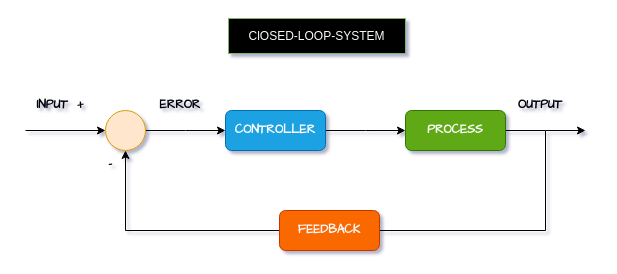
Above: 未命名绘图.drawio in KAZAMA-DREAM/picture (draw.io), before the change. Source tidied: cells renumbered, new cells numbered last; positions are measured from the earlier drawing's top-left corner, leaving out a move shared by most shapes. Both pictures are drawn from the tidied source at 100%, with x=0, y=0 at pixel (25, 18).
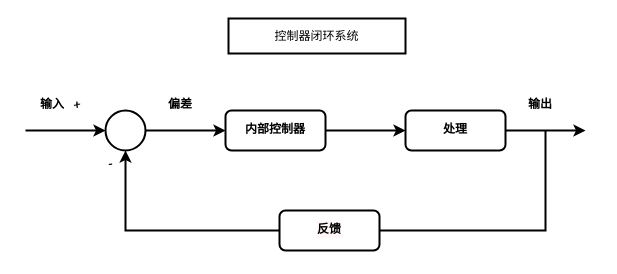
The same diagram, later.

Commit message:
更新未命名绘图.drawio

The edit, as a diff of the source:
```diff
@@
-<mxGraphModel shadow="1">
+<mxGraphModel>
@@
-    <mxCell id="2" value="&lt;font color=&quot;#fafafa&quot;&gt;ClOSED-LOOP-SYSTEM&lt;/font&gt;" style="rounded=0;whiteSpace=wrap;html=1;fillColor=#000000;strokeColor=#82b366;" parent="1" vertex="1">
+    <mxCell id="2" value="&lt;font color=&quot;#030303&quot;&gt;控制器闭环系统&lt;/font&gt;" style="rounded=0;whiteSpace=wrap;html=1;fillColor=none;strokeColor=#000000;strokeWidth=2;" parent="1" vertex="1">
       <mxGeometry x="203" width="177" height="35" as="geometry" />
     </mxCell>
-    <mxCell id="3" style="endArrow=classic;html=1;rounded=0;exitX=1;exitY=0.5;exitDx=0;exitDy=0;entryX=0;entryY=0.5;entryDx=0;entryDy=0;" parent="1" edge="1" target="6">
+    <mxCell id="3" style="endArrow=classic;html=1;rounded=0;exitX=1;exitY=0.5;exitDx=0;exitDy=0;entryX=0;entryY=0.5;entryDx=0;entryDy=0;strokeWidth=2;" parent="1" edge="1" target="6">
       <mxGeometry relative="1" as="geometry">
         <mxPoint y="112" as="sourcePoint" />
       </mxGeometry>
     </mxCell>
-    <mxCell id="4" value="INPUT&amp;nbsp; +" style="text;html=1;strokeColor=none;fillColor=none;align=center;verticalAlign=middle;whiteSpace=wrap;rounded=0;fontFamily=Comic Sans MS;fontStyle=1;" parent="1" vertex="1">
+    <mxCell id="4" value="输入&amp;nbsp; +" style="text;html=1;strokeColor=none;fillColor=none;align=center;verticalAlign=middle;whiteSpace=wrap;rounded=0;fontFamily=Comic Sans MS;fontStyle=1;" parent="1" vertex="1">
       <mxGeometry y="72" width="70" height="30" as="geometry" />
     </mxCell>
-    <mxCell id="5" style="edgeStyle=orthogonalEdgeStyle;rounded=0;jettySize=auto;html=1;exitX=1;exitY=0.5;exitDx=0;exitDy=0;fontFamily=Comic Sans MS;" parent="1" edge="1" source="6">
+    <mxCell id="5" style="edgeStyle=orthogonalEdgeStyle;rounded=0;jettySize=auto;html=1;exitX=1;exitY=0.5;exitDx=0;exitDy=0;fontFamily=Comic Sans MS;strokeWidth=2;" parent="1" edge="1" source="6">
       <mxGeometry relative="1" as="geometry">
         <mxPoint x="200" y="112" as="targetPoint" />
       </mxGeometry>
     </mxCell>
-    <mxCell id="6" style="ellipse;whiteSpace=wrap;html=1;fontFamily=Comic Sans MS;fillColor=#ffe6cc;strokeColor=#d79b00;" parent="1" vertex="1">
+    <mxCell id="6" style="ellipse;whiteSpace=wrap;html=1;fontFamily=Comic Sans MS;strokeWidth=2;" parent="1" vertex="1">
       <mxGeometry x="80" y="92" width="40" height="40" as="geometry" />
     </mxCell>
-    <mxCell id="7" value="ERROR" style="text;html=1;strokeColor=none;fillColor=none;align=center;verticalAlign=middle;whiteSpace=wrap;rounded=0;fontFamily=Comic Sans MS;fontStyle=1;" parent="1" vertex="1">
+    <mxCell id="7" value="偏差" style="text;html=1;strokeColor=none;fillColor=none;align=center;verticalAlign=middle;whiteSpace=wrap;rounded=0;fontFamily=Comic Sans MS;fontStyle=1;" parent="1" vertex="1">
       <mxGeometry x="120" y="72" width="70" height="30" as="geometry" />
     </mxCell>
-    <mxCell id="8" style="edgeStyle=orthogonalEdgeStyle;rounded=0;jettySize=auto;html=1;exitX=1;exitY=0.5;exitDx=0;exitDy=0;fontFamily=Comic Sans MS;" parent="1" edge="1" source="9">
+    <mxCell id="8" style="edgeStyle=orthogonalEdgeStyle;rounded=0;jettySize=auto;html=1;exitX=1;exitY=0.5;exitDx=0;exitDy=0;fontFamily=Comic Sans MS;strokeWidth=2;" parent="1" edge="1" source="9">
       <mxGeometry relative="1" as="geometry">
         <mxPoint x="380" y="112" as="targetPoint" />
       </mxGeometry>
     </mxCell>
-    <mxCell id="9" value="&lt;b&gt;CONTROLLER&lt;/b&gt;" style="rounded=1;whiteSpace=wrap;html=1;fontFamily=Comic Sans MS;fillColor=#1ba1e2;fontColor=#ffffff;strokeColor=#006EAF;" parent="1" vertex="1">
+    <mxCell id="9" value="&lt;b&gt;内部控制器&lt;/b&gt;" style="rounded=1;whiteSpace=wrap;html=1;fontFamily=Comic Sans MS;strokeWidth=2;" parent="1" vertex="1">
       <mxGeometry x="200" y="92" width="100" height="40" as="geometry" />
     </mxCell>
-    <mxCell id="10" style="edgeStyle=orthogonalEdgeStyle;rounded=0;jettySize=auto;html=1;exitX=1;exitY=0.5;exitDx=0;exitDy=0;fontFamily=Comic Sans MS;" parent="1" edge="1" source="11">
+    <mxCell id="10" style="edgeStyle=orthogonalEdgeStyle;rounded=0;jettySize=auto;html=1;exitX=1;exitY=0.5;exitDx=0;exitDy=0;fontFamily=Comic Sans MS;strokeWidth=2;" parent="1" edge="1" source="11">
       <mxGeometry relative="1" as="geometry">
         <mxPoint x="560" y="112" as="targetPoint" />
       </mxGeometry>
     </mxCell>
-    <mxCell id="11" value="&lt;b&gt;PROCESS&lt;/b&gt;" style="rounded=1;whiteSpace=wrap;html=1;fontFamily=Comic Sans MS;fillColor=#60a917;fontColor=#ffffff;strokeColor=#2D7600;" parent="1" vertex="1">
+    <mxCell id="11" value="&lt;b&gt;&lt;font color=&quot;#000000&quot;&gt;处理&lt;/font&gt;&lt;/b&gt;" style="rounded=1;whiteSpace=wrap;html=1;fontFamily=Comic Sans MS;strokeWidth=2;" parent="1" vertex="1">
       <mxGeometry x="380" y="92" width="100" height="40" as="geometry" />
     </mxCell>
-    <mxCell id="12" value="OUTPUT" style="text;html=1;strokeColor=none;fillColor=none;align=center;verticalAlign=middle;whiteSpace=wrap;rounded=0;fontFamily=Comic Sans MS;fontStyle=1;" parent="1" vertex="1">
+    <mxCell id="12" value="输出" style="text;html=1;strokeColor=none;fillColor=none;align=center;verticalAlign=middle;whiteSpace=wrap;rounded=0;fontFamily=Comic Sans MS;fontStyle=1;" parent="1" vertex="1">
       <mxGeometry x="480" y="72" width="70" height="30" as="geometry" />
     </mxCell>
-    <mxCell id="13" style="endArrow=classic;html=1;rounded=0;fontFamily=Comic Sans MS;entryX=0.5;entryY=1;entryDx=0;entryDy=0;" parent="1" edge="1" target="6">
+    <mxCell id="13" style="endArrow=classic;html=1;rounded=0;fontFamily=Comic Sans MS;entryX=0.5;entryY=1;entryDx=0;entryDy=0;strokeWidth=2;" parent="1" edge="1" target="6">
       <mxGeometry relative="1" as="geometry">
         <mxPoint x="520" y="112" as="sourcePoint" />
         <Array as="points">
           <mxPoint x="520" y="212" />
           <mxPoint x="100" y="212" />
         </Array>
       </mxGeometry>
     </mxCell>
-    <mxCell id="14" value="&lt;b&gt;&lt;font color=&quot;#fafafa&quot;&gt;FEEDBACK&lt;/font&gt;&lt;/b&gt;" style="rounded=1;whiteSpace=wrap;html=1;fontFamily=Comic Sans MS;fillColor=#fa6800;fontColor=#000000;strokeColor=#C73500;" parent="1" vertex="1">
+    <mxCell id="14" value="&lt;b style=&quot;background-color: rgb(255, 247, 247);&quot;&gt;反馈&lt;/b&gt;" style="rounded=1;whiteSpace=wrap;html=1;fontFamily=Comic Sans MS;strokeWidth=2;" parent="1" vertex="1">
       <mxGeometry x="254" y="192" width="100" height="40" as="geometry" />
     </mxCell>
```
